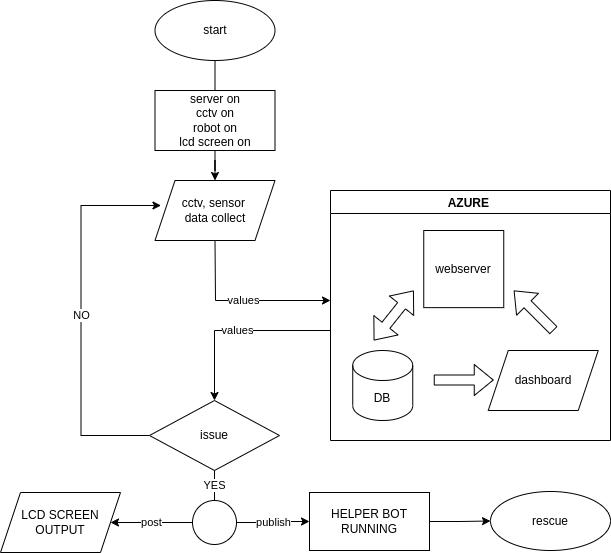
Above: 32325.drawio.png in 221314/iot3_exit (draw.io), before the change. Source tidied: cells renumbered, new cells last; positions are measured from the earlier drawing's top-left corner, leaving out a move shared by most shapes.
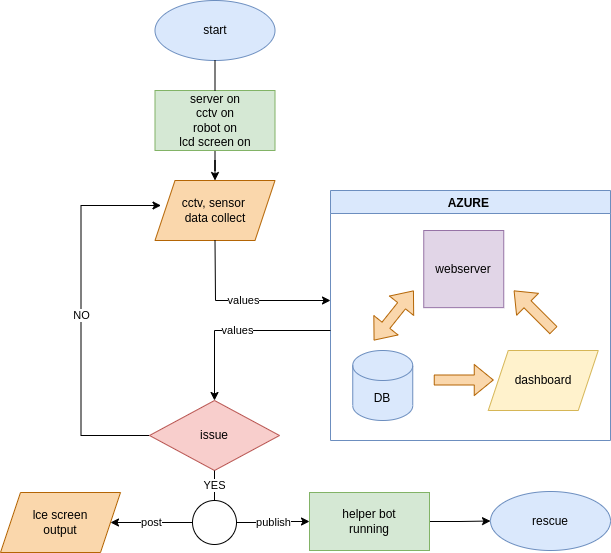
Later version of the same file.

Diff of the diagram source:
```diff
@@ -2,13 +2,13 @@
   <root>
     <mxCell id="0" />
     <mxCell id="1" parent="0" />
-    <mxCell id="2" value="start" style="ellipse;whiteSpace=wrap;html=1;" parent="1" vertex="1">
+    <mxCell id="2" value="start" style="ellipse;whiteSpace=wrap;html=1;fillColor=#dae8fc;strokeColor=#6c8ebf;" parent="1" vertex="1">
       <mxGeometry x="154.5" width="120" height="60" as="geometry" />
     </mxCell>
     <mxCell id="3" style="edgeStyle=orthogonalEdgeStyle;rounded=0;jettySize=auto;html=1;" parent="1" edge="1" source="4" target="8">
       <mxGeometry relative="1" as="geometry" />
     </mxCell>
-    <mxCell id="4" value="server on&lt;br&gt;cctv on&lt;br&gt;robot on&lt;br&gt;lcd screen on" style="rounded=0;whiteSpace=wrap;html=1;" parent="1" vertex="1">
+    <mxCell id="4" value="server on&lt;br&gt;cctv on&lt;br&gt;robot on&lt;br&gt;lcd screen on" style="rounded=0;whiteSpace=wrap;html=1;fillColor=#d5e8d4;strokeColor=#82b366;" parent="1" vertex="1">
       <mxGeometry x="154.5" y="90" width="120" height="60" as="geometry" />
     </mxCell>
     <mxCell id="5" style="endArrow=none;html=1;rounded=0;entryX=0.5;entryY=1;entryDx=0;entryDy=0;exitX=0.5;exitY=0;exitDx=0;exitDy=0;" parent="1" edge="1" source="4" target="2">
@@ -23,19 +23,19 @@
         </Array>
       </mxGeometry>
     </mxCell>
-    <mxCell id="7" value="issue" style="rhombus;whiteSpace=wrap;html=1;" parent="1" vertex="1">
+    <mxCell id="7" value="issue" style="rhombus;whiteSpace=wrap;html=1;fillColor=#f8cecc;strokeColor=#b85450;" parent="1" vertex="1">
       <mxGeometry x="149" y="400" width="130" height="70" as="geometry" />
     </mxCell>
-    <mxCell id="8" value="cctv, sensor &lt;br&gt;data collect" style="shape=parallelogram;perimeter=parallelogramPerimeter;whiteSpace=wrap;html=1;fixedSize=1;" parent="1" vertex="1">
+    <mxCell id="8" value="cctv, sensor &lt;br&gt;data collect" style="shape=parallelogram;perimeter=parallelogramPerimeter;whiteSpace=wrap;html=1;fixedSize=1;fillColor=#fad7ac;strokeColor=#b46504;" parent="1" vertex="1">
       <mxGeometry x="154.5" y="180" width="120" height="60" as="geometry" />
     </mxCell>
     <mxCell id="9" style="edgeStyle=orthogonalEdgeStyle;rounded=0;jettySize=auto;html=1;entryX=0;entryY=0.5;entryDx=0;entryDy=0;" parent="1" edge="1" source="10" target="25">
       <mxGeometry relative="1" as="geometry" />
     </mxCell>
-    <mxCell id="10" value="HELPER BOT&lt;br&gt;RUNNING" style="rounded=0;whiteSpace=wrap;html=1;" parent="1" vertex="1">
+    <mxCell id="10" value="helper bot&lt;br&gt;running" style="rounded=0;whiteSpace=wrap;html=1;fillColor=#d5e8d4;strokeColor=#82b366;" parent="1" vertex="1">
       <mxGeometry x="309" y="492" width="120" height="58" as="geometry" />
     </mxCell>
-    <mxCell id="11" value="LCD SCREEN&lt;br&gt;OUTPUT" style="shape=parallelogram;perimeter=parallelogramPerimeter;whiteSpace=wrap;html=1;fixedSize=1;" parent="1" vertex="1">
+    <mxCell id="11" value="lce screen&lt;br&gt;output" style="shape=parallelogram;perimeter=parallelogramPerimeter;whiteSpace=wrap;html=1;fixedSize=1;fillColor=#fad7ac;strokeColor=#b46504;" parent="1" vertex="1">
       <mxGeometry y="492" width="120" height="60" as="geometry" />
     </mxCell>
     <mxCell id="12" value="post" style="edgeStyle=orthogonalEdgeStyle;rounded=0;jettySize=auto;html=1;exitX=0;exitY=0.5;exitDx=0;exitDy=0;" parent="1" edge="1" source="14" target="11">
@@ -50,31 +50,31 @@
     <mxCell id="15" value="YES" style="endArrow=none;html=1;rounded=0;entryX=0.5;entryY=1;entryDx=0;entryDy=0;exitX=0.5;exitY=0;exitDx=0;exitDy=0;" parent="1" edge="1" source="14" target="7">
       <mxGeometry relative="1" as="geometry" />
     </mxCell>
-    <mxCell id="16" value="AZURE " style="swimlane;" parent="1" vertex="1">
+    <mxCell id="16" value="AZURE " style="swimlane;fillColor=#dae8fc;strokeColor=#6c8ebf;" parent="1" vertex="1">
       <mxGeometry x="330" y="190" width="280" height="250" as="geometry" />
     </mxCell>
-    <mxCell id="17" value="webserver" style="rounded=0;whiteSpace=wrap;html=1;" parent="16" vertex="1">
+    <mxCell id="17" value="webserver" style="rounded=0;whiteSpace=wrap;html=1;fillColor=#e1d5e7;strokeColor=#9673a6;" parent="16" vertex="1">
       <mxGeometry x="93.2" y="40" width="80" height="77.1" as="geometry" />
     </mxCell>
-    <mxCell id="18" value="dashboard" style="shape=parallelogram;perimeter=parallelogramPerimeter;whiteSpace=wrap;html=1;fixedSize=1;" parent="16" vertex="1">
+    <mxCell id="18" value="dashboard" style="shape=parallelogram;perimeter=parallelogramPerimeter;whiteSpace=wrap;html=1;fixedSize=1;fillColor=#fff2cc;strokeColor=#d6b656;" parent="16" vertex="1">
       <mxGeometry x="157.8" y="160" width="110" height="60" as="geometry" />
     </mxCell>
-    <mxCell id="19" style="shape=flexArrow;endArrow=classic;html=1;rounded=0;" parent="16" edge="1">
+    <mxCell id="19" style="shape=flexArrow;endArrow=classic;html=1;rounded=0;fillColor=#fad7ac;strokeColor=#b46504;" parent="16" edge="1">
       <mxGeometry relative="1" as="geometry">
         <mxPoint x="223.2" y="140" as="sourcePoint" />
         <mxPoint x="183.2" y="100" as="targetPoint" />
       </mxGeometry>
     </mxCell>
-    <mxCell id="20" style="shape=flexArrow;endArrow=classic;html=1;rounded=0;" parent="16" edge="1">
+    <mxCell id="20" style="shape=flexArrow;endArrow=classic;html=1;rounded=0;fillColor=#fad7ac;strokeColor=#b46504;" parent="16" edge="1">
       <mxGeometry relative="1" as="geometry">
         <mxPoint x="103.2" y="189.5" as="sourcePoint" />
         <mxPoint x="163.2" y="189.5" as="targetPoint" />
       </mxGeometry>
     </mxCell>
-    <mxCell id="21" value="DB" style="shape=cylinder3;whiteSpace=wrap;html=1;boundedLbl=1;backgroundOutline=1;size=15;" parent="16" vertex="1">
+    <mxCell id="21" value="DB" style="shape=cylinder3;whiteSpace=wrap;html=1;boundedLbl=1;backgroundOutline=1;size=15;fillColor=#dae8fc;strokeColor=#6c8ebf;" parent="16" vertex="1">
       <mxGeometry x="22.2" y="160" width="60" height="70" as="geometry" />
     </mxCell>
-    <mxCell id="22" style="shape=flexArrow;endArrow=classic;startArrow=classic;html=1;rounded=0;" parent="16" edge="1">
+    <mxCell id="22" style="shape=flexArrow;endArrow=classic;startArrow=classic;html=1;rounded=0;fillColor=#fad7ac;strokeColor=#b46504;" parent="16" edge="1">
       <mxGeometry relative="1" as="geometry">
         <mxPoint x="43.2" y="150" as="sourcePoint" />
         <mxPoint x="83.2" y="100" as="targetPoint" />
@@ -96,7 +96,7 @@
         </Array>
       </mxGeometry>
     </mxCell>
-    <mxCell id="25" value="rescue" style="ellipse;whiteSpace=wrap;html=1;" parent="1" vertex="1">
+    <mxCell id="25" value="rescue" style="ellipse;whiteSpace=wrap;html=1;fillColor=#dae8fc;strokeColor=#6c8ebf;" parent="1" vertex="1">
       <mxGeometry x="490" y="491" width="120" height="59" as="geometry" />
     </mxCell>
   </root>
```
